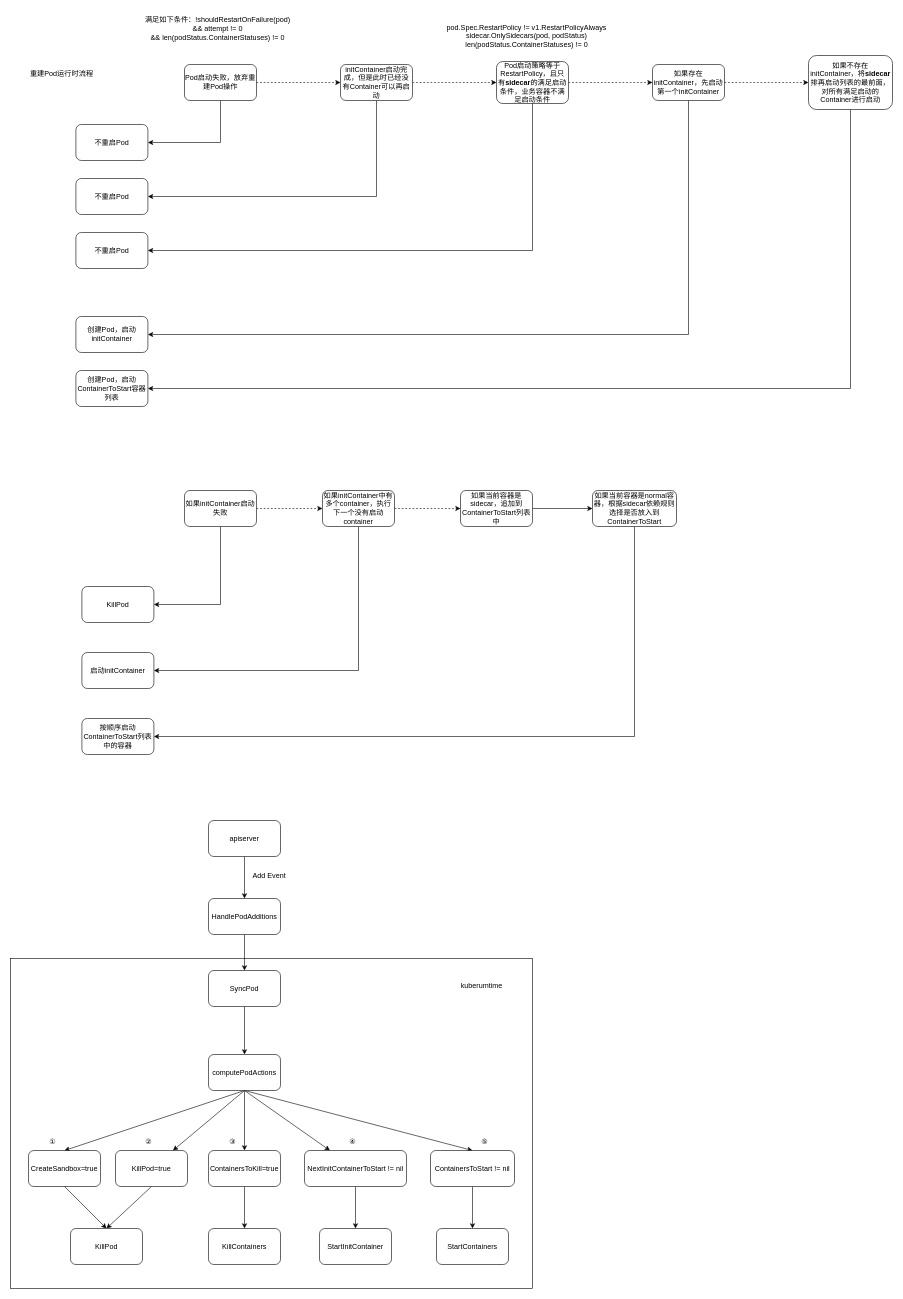
The draw.io diagram page "sidecar整改" (9 of 9) of kubelet/kubelet.drawio in jingrenzhou/drawio, before the edit. Source tidied: cells renumbered, new cells numbered last; positions are measured from the earlier drawing's top-left corner, leaving out a move shared by most shapes. Both pictures are drawn from the tidied source at 60%, with x=0, y=0 at pixel (10, 10).
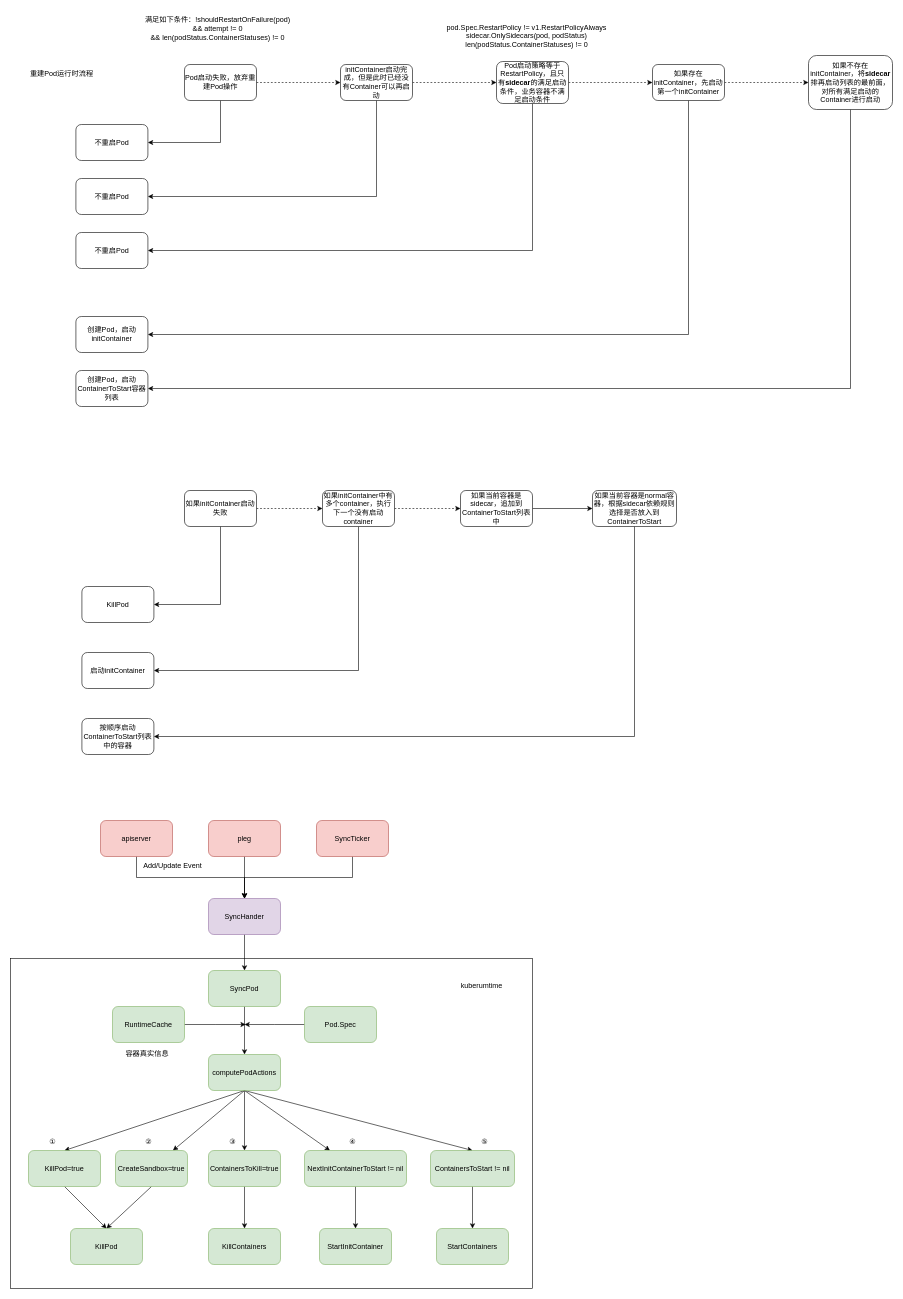
The same diagram, later.

What changed in the source:
```diff
@@
-    <mxCell id="39" value="apiserver" style="rounded=1;whiteSpace=wrap;html=1;" parent="1" vertex="1">
-      <mxGeometry x="330" y="1350" width="120" height="60" as="geometry" />
+    <mxCell id="39" value="apiserver" style="rounded=1;whiteSpace=wrap;html=1;fillColor=#f8cecc;strokeColor=#b85450;" parent="1" vertex="1">
+      <mxGeometry x="150" y="1350" width="120" height="60" as="geometry" />
     </mxCell>
-    <mxCell id="40" value="Add Event" style="text;html=1;align=center;verticalAlign=middle;strokeColor=none;fillColor=none;" parent="1" vertex="1">
-      <mxGeometry x="391" y="1428" width="80" height="30" as="geometry" />
+    <mxCell id="40" value="Add/Update Event" style="text;html=1;align=center;verticalAlign=middle;strokeColor=none;fillColor=none;" parent="1" vertex="1">
+      <mxGeometry x="210" y="1410" width="120" height="30" as="geometry" />
     </mxCell>
@@
-    <mxCell id="42" value="HandlePodAdditions" style="rounded=1;whiteSpace=wrap;html=1;" parent="1" vertex="1">
+    <mxCell id="42" value="&lt;span style=&quot;text-wrap: nowrap;&quot;&gt;SyncHander&lt;/span&gt;" style="rounded=1;whiteSpace=wrap;html=1;fillColor=#e1d5e7;strokeColor=#9673a6;" parent="1" vertex="1">
       <mxGeometry x="330" y="1480" width="120" height="60" as="geometry" />
     </mxCell>
@@
-    <mxCell id="44" value="SyncPod" style="rounded=1;whiteSpace=wrap;html=1;" parent="1" vertex="1">
+    <mxCell id="44" value="SyncPod" style="rounded=1;whiteSpace=wrap;html=1;fillColor=#d5e8d4;strokeColor=#82b366;" parent="1" vertex="1">
       <mxGeometry x="330" y="1600" width="120" height="60" as="geometry" />
     </mxCell>
@@
-    <mxCell id="51" value="computePodActions" style="rounded=1;whiteSpace=wrap;html=1;" parent="1" vertex="1">
+    <mxCell id="51" value="computePodActions" style="rounded=1;whiteSpace=wrap;html=1;fillColor=#d5e8d4;strokeColor=#82b366;" parent="1" vertex="1">
       <mxGeometry x="330" y="1740" width="120" height="60" as="geometry" />
     </mxCell>
@@
-    <mxCell id="53" value="CreateSandbox=true" style="rounded=1;whiteSpace=wrap;html=1;" parent="1" vertex="1">
+    <mxCell id="53" value="KillPod=true" style="rounded=1;whiteSpace=wrap;html=1;fillColor=#d5e8d4;strokeColor=#82b366;" parent="1" vertex="1">
       <mxGeometry x="30" y="1900" width="120" height="60" as="geometry" />
     </mxCell>
@@
-    <mxCell id="55" value="KillPod=true" style="rounded=1;whiteSpace=wrap;html=1;" parent="1" vertex="1">
+    <mxCell id="55" value="CreateSandbox=true" style="rounded=1;whiteSpace=wrap;html=1;fillColor=#d5e8d4;strokeColor=#82b366;" parent="1" vertex="1">
       <mxGeometry x="175" y="1900" width="120" height="60" as="geometry" />
     </mxCell>
@@
-    <mxCell id="57" value="ContainersToKill=true" style="rounded=1;whiteSpace=wrap;html=1;" parent="1" vertex="1">
+    <mxCell id="57" value="ContainersToKill=true" style="rounded=1;whiteSpace=wrap;html=1;fillColor=#d5e8d4;strokeColor=#82b366;" parent="1" vertex="1">
       <mxGeometry x="330" y="1900" width="120" height="60" as="geometry" />
     </mxCell>
@@
-    <mxCell id="59" value="NextInitContainerToStart != nil" style="rounded=1;whiteSpace=wrap;html=1;" parent="1" vertex="1">
+    <mxCell id="59" value="NextInitContainerToStart != nil" style="rounded=1;whiteSpace=wrap;html=1;fillColor=#d5e8d4;strokeColor=#82b366;" parent="1" vertex="1">
       <mxGeometry x="490" y="1900" width="170" height="60" as="geometry" />
     </mxCell>
@@
-    <mxCell id="61" value="ContainersToStart != nil" style="rounded=1;whiteSpace=wrap;html=1;" parent="1" vertex="1">
+    <mxCell id="61" value="ContainersToStart != nil" style="rounded=1;whiteSpace=wrap;html=1;fillColor=#d5e8d4;strokeColor=#82b366;" parent="1" vertex="1">
       <mxGeometry x="700" y="1900" width="140" height="60" as="geometry" />
     </mxCell>
-    <mxCell id="62" value="KillPod" style="rounded=1;whiteSpace=wrap;html=1;" parent="1" vertex="1">
+    <mxCell id="62" value="KillPod" style="rounded=1;whiteSpace=wrap;html=1;fillColor=#d5e8d4;strokeColor=#82b366;" parent="1" vertex="1">
       <mxGeometry x="100" y="2030" width="120" height="60" as="geometry" />
     </mxCell>
-    <mxCell id="63" value="KillContainers" style="rounded=1;whiteSpace=wrap;html=1;" parent="1" vertex="1">
+    <mxCell id="63" value="KillContainers" style="rounded=1;whiteSpace=wrap;html=1;fillColor=#d5e8d4;strokeColor=#82b366;" parent="1" vertex="1">
       <mxGeometry x="330" y="2030" width="120" height="60" as="geometry" />
     </mxCell>
-    <mxCell id="64" value="StartInitContainer" style="rounded=1;whiteSpace=wrap;html=1;" parent="1" vertex="1">
+    <mxCell id="64" value="StartInitContainer" style="rounded=1;whiteSpace=wrap;html=1;fillColor=#d5e8d4;strokeColor=#82b366;" parent="1" vertex="1">
       <mxGeometry x="515" y="2030" width="120" height="60" as="geometry" />
     </mxCell>
-    <mxCell id="65" value="StartContainers" style="rounded=1;whiteSpace=wrap;html=1;" parent="1" vertex="1">
+    <mxCell id="65" value="StartContainers" style="rounded=1;whiteSpace=wrap;html=1;fillColor=#d5e8d4;strokeColor=#82b366;" parent="1" vertex="1">
       <mxGeometry x="710" y="2030" width="120" height="60" as="geometry" />
     </mxCell>
@@
+    <mxCell id="71" style="edgeStyle=orthogonalEdgeStyle;rounded=0;jettySize=auto;html=1;exitX=0.5;exitY=1;exitDx=0;exitDy=0;entryX=0.5;entryY=0;entryDx=0;entryDy=0;" parent="1" edge="1" source="72" target="42">
+      <mxGeometry relative="1" as="geometry" />
+    </mxCell>
+    <mxCell id="72" value="pleg" style="rounded=1;whiteSpace=wrap;html=1;fillColor=#f8cecc;strokeColor=#b85450;" parent="1" vertex="1">
+      <mxGeometry x="330" y="1350" width="120" height="60" as="geometry" />
+    </mxCell>
+    <mxCell id="73" style="edgeStyle=orthogonalEdgeStyle;rounded=0;jettySize=auto;html=1;exitX=0.5;exitY=1;exitDx=0;exitDy=0;entryX=0.5;entryY=0;entryDx=0;entryDy=0;" parent="1" edge="1" source="74" target="42">
+      <mxGeometry relative="1" as="geometry" />
+    </mxCell>
+    <mxCell id="74" value="SyncTicker" style="rounded=1;whiteSpace=wrap;html=1;fillColor=#f8cecc;strokeColor=#b85450;" parent="1" vertex="1">
+      <mxGeometry x="510" y="1350" width="120" height="60" as="geometry" />
+    </mxCell>
+    <mxCell id="75" style="edgeStyle=orthogonalEdgeStyle;rounded=0;jettySize=auto;html=1;exitX=0;exitY=0.5;exitDx=0;exitDy=0;" parent="1" edge="1" source="76">
+      <mxGeometry relative="1" as="geometry">
+        <mxPoint x="390" y="1690" as="targetPoint" />
+      </mxGeometry>
+    </mxCell>
+    <mxCell id="76" value="Pod.Spec" style="rounded=1;whiteSpace=wrap;html=1;fillColor=#d5e8d4;strokeColor=#82b366;" parent="1" vertex="1">
+      <mxGeometry x="490" y="1660" width="120" height="60" as="geometry" />
+    </mxCell>
+    <mxCell id="77" style="edgeStyle=orthogonalEdgeStyle;rounded=0;jettySize=auto;html=1;exitX=1;exitY=0.5;exitDx=0;exitDy=0;" parent="1" edge="1" source="78">
+      <mxGeometry relative="1" as="geometry">
+        <mxPoint x="392" y="1690" as="targetPoint" />
+      </mxGeometry>
+    </mxCell>
+    <mxCell id="78" value="RuntimeCache" style="rounded=1;whiteSpace=wrap;html=1;fillColor=#d5e8d4;strokeColor=#82b366;" parent="1" vertex="1">
+      <mxGeometry x="170" y="1660" width="120" height="60" as="geometry" />
+    </mxCell>
+    <mxCell id="79" value="容器真实信息" style="text;html=1;align=center;verticalAlign=middle;whiteSpace=wrap;rounded=0;" parent="1" vertex="1">
+      <mxGeometry x="190" y="1724" width="76" height="30" as="geometry" />
+    </mxCell>
```
